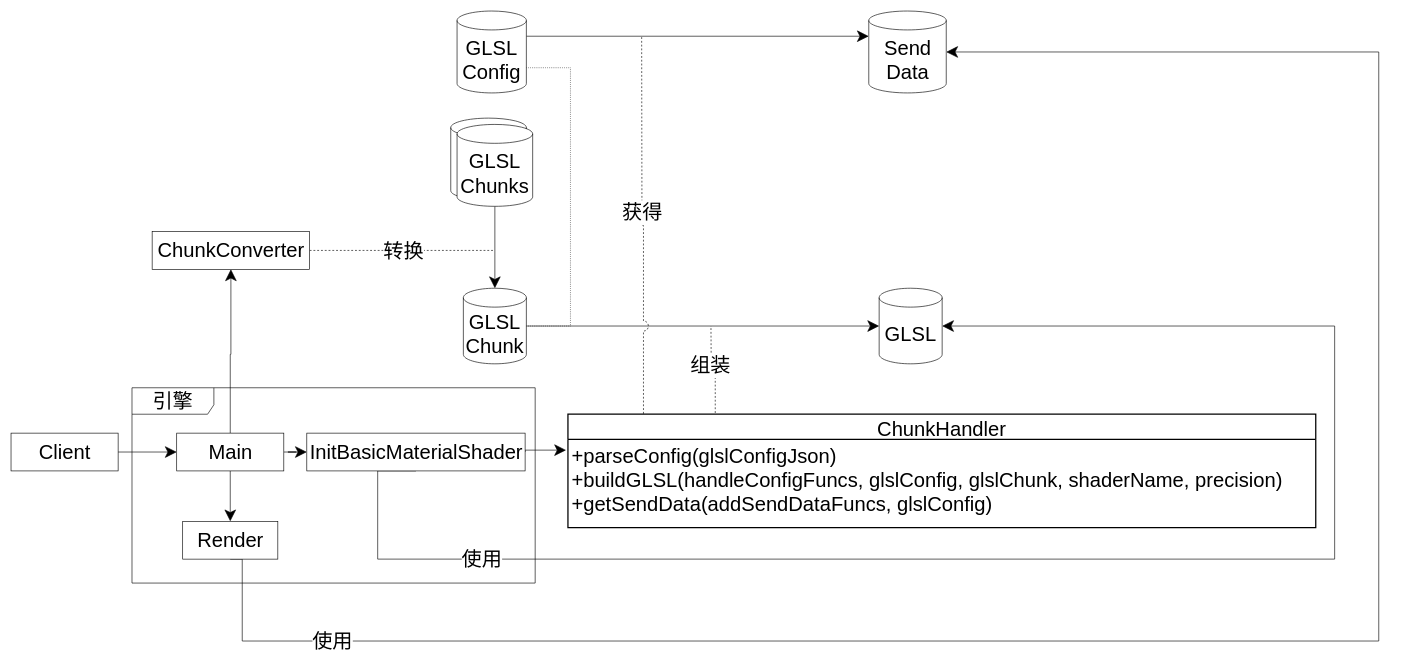
yyc-git/3DProgramPattern keeps this draw.io diagram as packages/拼接模式/story_improve/UML.drawio. Above is the earlier version. Source tidied: cells renumbered, new cells numbered last; positions are measured from the earlier drawing's top-left corner, leaving out a move shared by most shapes. Both pictures are drawn from the tidied source at 63%, with x=0, y=0 at pixel (11, 11).
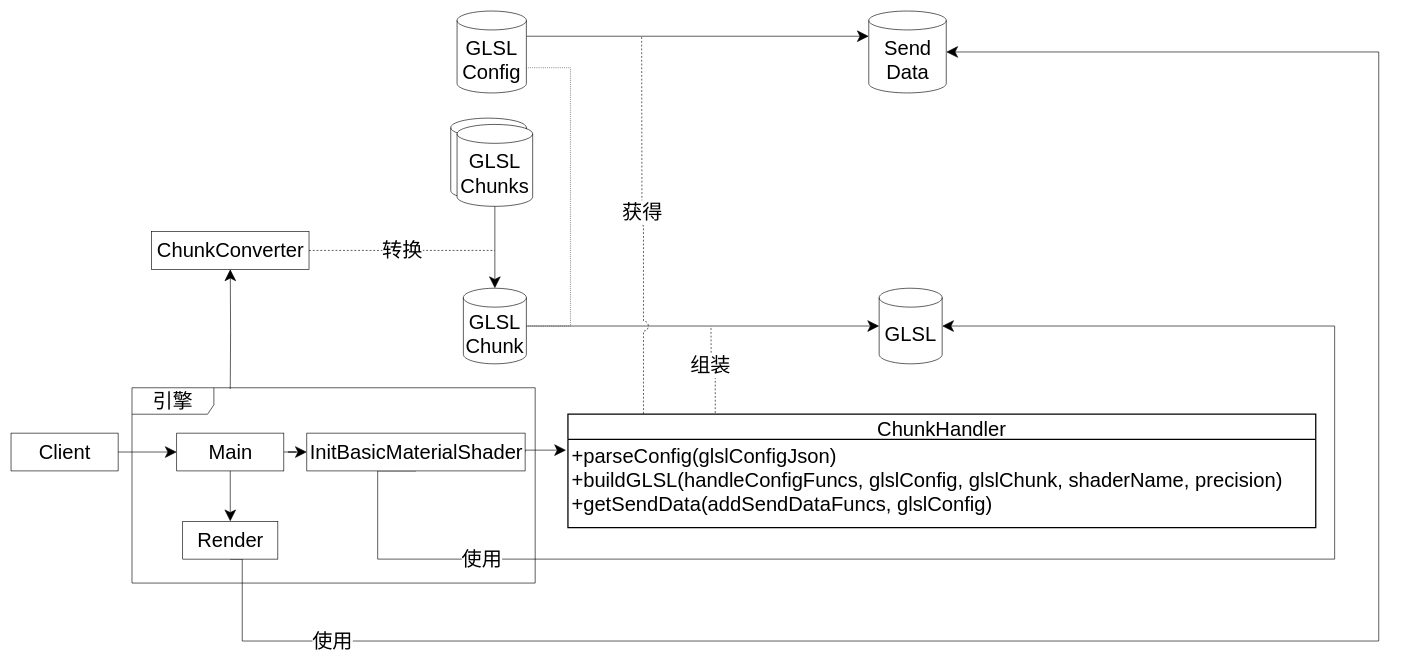
Above is the later version.

Commit message (it also covers changes not shown here):
feat(拼接模式): fix umls

Unchanged cells that the change refers to:
```xml
<mxCell id="32" value="Main" style="html=1;fontSize=32;" parent="1" vertex="1">
  <mxGeometry x="263" y="670" width="170" height="60" as="geometry" />
</mxCell>
```

What changed in the source:
```diff
@@
-    <mxCell id="11" style="edgeStyle=orthogonalEdgeStyle;rounded=0;jettySize=auto;html=1;entryX=0.5;entryY=1;entryDx=0;entryDy=0;endSize=16;startSize=16;exitX=0.5;exitY=0;exitDx=0;exitDy=0;" parent="1" edge="1" source="32" target="17">
-      <mxGeometry relative="1" as="geometry" />
+    <mxCell id="11" style="edgeStyle=orthogonalEdgeStyle;rounded=0;jettySize=auto;html=1;entryX=0.5;entryY=1;entryDx=0;entryDy=0;endSize=16;startSize=16;" parent="1" edge="1" target="17">
+      <mxGeometry relative="1" as="geometry">
+        <mxPoint x="348" y="600" as="sourcePoint" />
+      </mxGeometry>
     </mxCell>
@@
     <mxCell id="17" value="ChunkConverter" style="html=1;fontSize=32;" parent="1" vertex="1">
-      <mxGeometry x="224" y="350" width="250" height="60" as="geometry" />
+      <mxGeometry x="223" y="350" width="250" height="60" as="geometry" />
     </mxCell>
```
